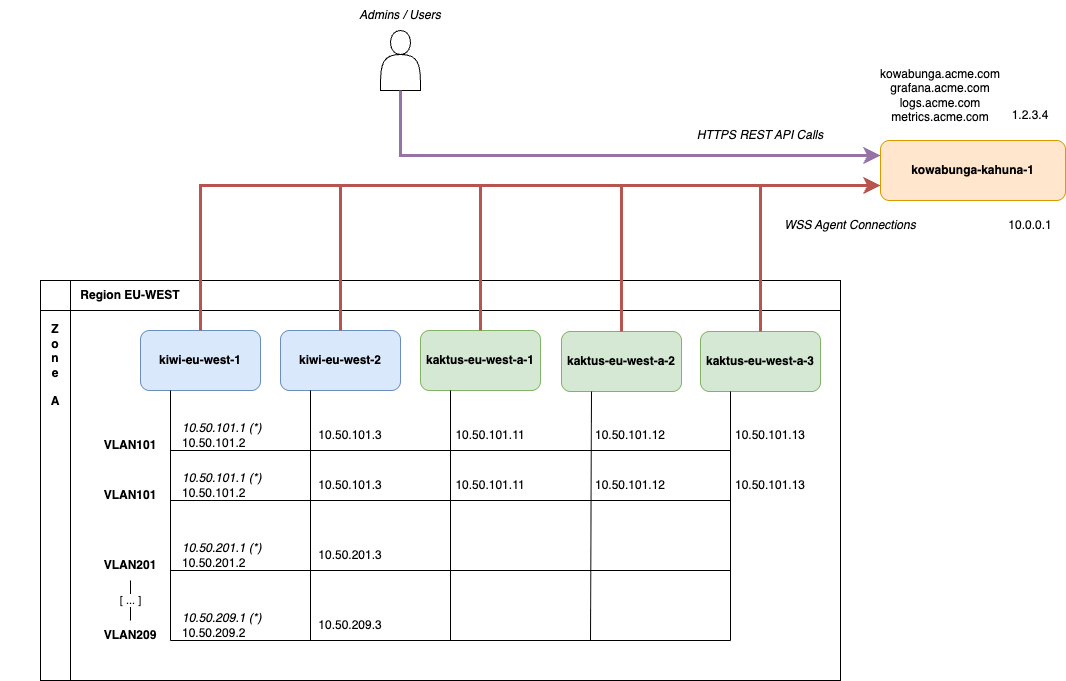
This is static/images/network-topology.png from kowabunga-cloud/kowabunga-cloud.github.io, a draw.io export, as it was before one commit. Source tidied: cells renumbered, new cells last; positions are measured from the earlier drawing's top-left corner, leaving out a move shared by most shapes.
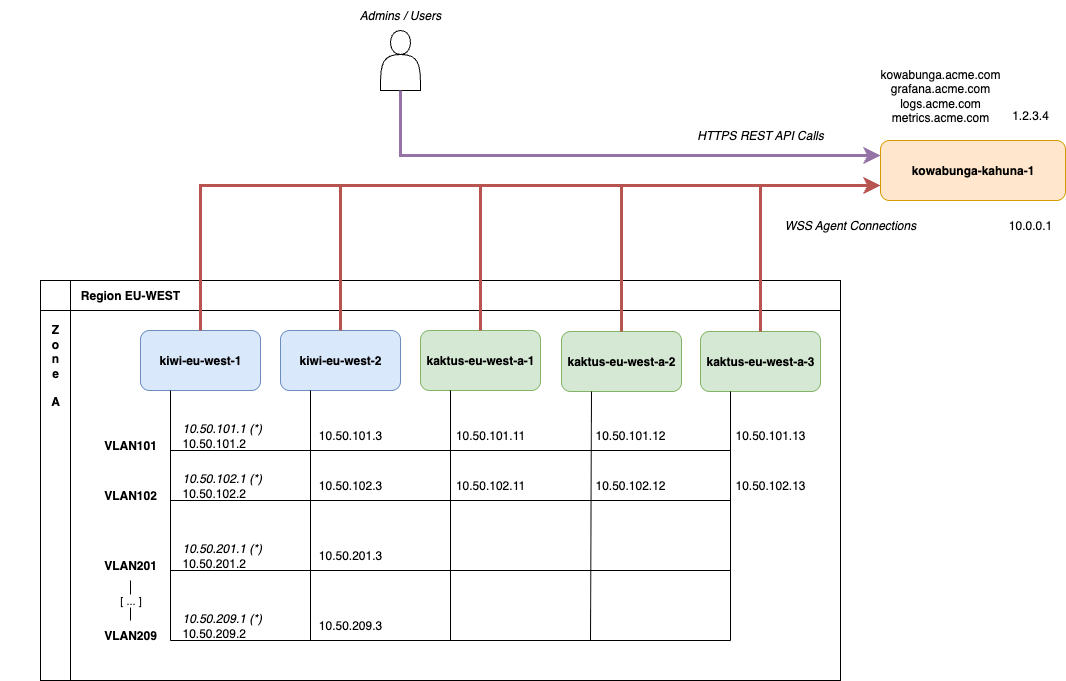
Above is the later version.

The edit, as a diff of the source:
```diff
@@ -87,22 +87,22 @@
         <mxPoint x="730" y="500" as="targetPoint" />
       </mxGeometry>
     </mxCell>
-    <mxCell id="25" value="VLAN101" style="text;html=1;align=center;verticalAlign=middle;whiteSpace=wrap;rounded=0;fontStyle=1;" parent="1" vertex="1">
+    <mxCell id="25" value="VLAN102" style="text;html=1;align=center;verticalAlign=middle;whiteSpace=wrap;rounded=0;fontStyle=1;" parent="1" vertex="1">
       <mxGeometry x="100" y="480" width="60" height="30" as="geometry" />
     </mxCell>
-    <mxCell id="26" value="10.50.101.1 (*)&lt;br&gt;&lt;span style=&quot;font-style: normal;&quot;&gt;10.50.101.2&lt;/span&gt;" style="text;html=1;align=left;verticalAlign=middle;whiteSpace=wrap;rounded=0;fontStyle=2;" parent="1" vertex="1">
+    <mxCell id="26" value="10.50.102.1 (*)&lt;br&gt;&lt;span style=&quot;font-style: normal;&quot;&gt;10.50.102.2&lt;/span&gt;" style="text;html=1;align=left;verticalAlign=middle;whiteSpace=wrap;rounded=0;fontStyle=2;" parent="1" vertex="1">
       <mxGeometry x="180" y="470" width="90" height="30" as="geometry" />
     </mxCell>
-    <mxCell id="27" value="10.50.101.3" style="text;html=1;align=center;verticalAlign=middle;whiteSpace=wrap;rounded=0;" parent="1" vertex="1">
+    <mxCell id="27" value="10.50.102.3" style="text;html=1;align=center;verticalAlign=middle;whiteSpace=wrap;rounded=0;" parent="1" vertex="1">
       <mxGeometry x="320" y="470" width="60" height="30" as="geometry" />
     </mxCell>
-    <mxCell id="28" value="10.50.101.11" style="text;html=1;align=center;verticalAlign=middle;whiteSpace=wrap;rounded=0;" parent="1" vertex="1">
+    <mxCell id="28" value="10.50.102.11" style="text;html=1;align=center;verticalAlign=middle;whiteSpace=wrap;rounded=0;" parent="1" vertex="1">
       <mxGeometry x="460" y="470" width="60" height="30" as="geometry" />
     </mxCell>
-    <mxCell id="29" value="10.50.101.12" style="text;html=1;align=center;verticalAlign=middle;whiteSpace=wrap;rounded=0;" parent="1" vertex="1">
+    <mxCell id="29" value="10.50.102.12" style="text;html=1;align=center;verticalAlign=middle;whiteSpace=wrap;rounded=0;" parent="1" vertex="1">
       <mxGeometry x="600" y="470" width="60" height="30" as="geometry" />
     </mxCell>
-    <mxCell id="30" value="10.50.101.13" style="text;html=1;align=center;verticalAlign=middle;whiteSpace=wrap;rounded=0;" parent="1" vertex="1">
+    <mxCell id="30" value="10.50.102.13" style="text;html=1;align=center;verticalAlign=middle;whiteSpace=wrap;rounded=0;" parent="1" vertex="1">
       <mxGeometry x="740" y="470" width="60" height="30" as="geometry" />
     </mxCell>
     <mxCell id="31" style="endArrow=none;html=1;rounded=0;" parent="1" edge="1">
```
